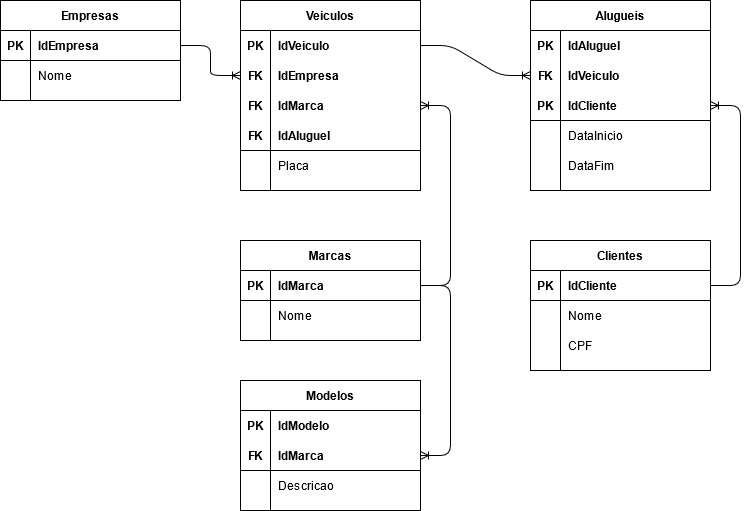
The draw.io diagram sprint-1-bd/exercicios/1.2-exercicio-locadora/01_modelagem_conceitual-logico-logico.png in RegisMagalhaes/LovePets, before a commit. Source tidied: cells renumbered, new cells last; positions are measured from the earlier drawing's top-left corner, leaving out a move shared by most shapes.
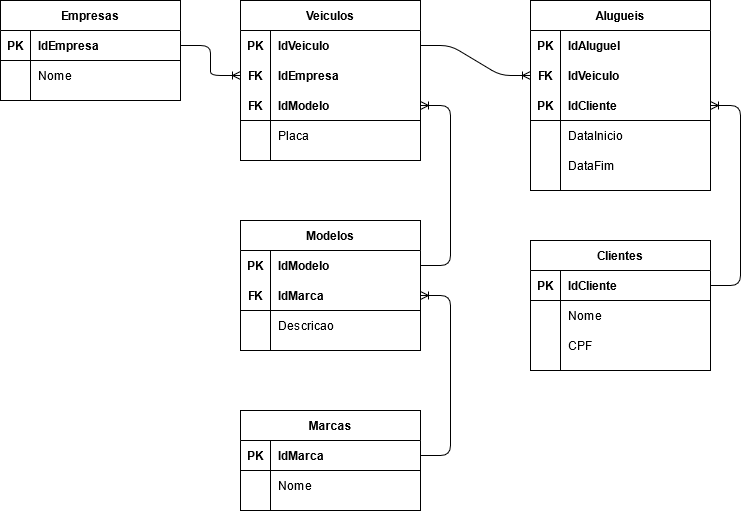
After the commit.

Diff of the diagram source:
```diff
@@ -24,7 +24,7 @@
       <mxGeometry x="30" width="150" height="30" as="geometry" />
     </mxCell>
     <mxCell id="9" value="Veiculos" style="shape=table;startSize=30;rowLines=0;fontStyle=1;align=center;" parent="1" vertex="1">
-      <mxGeometry x="240" width="180" height="190" as="geometry" />
+      <mxGeometry x="240" width="180" height="160" as="geometry" />
     </mxCell>
     <mxCell id="10" style="shape=partialRectangle;fillColor=none;top=0;left=0;bottom=1;right=0;points=[[0,0.5],[1,0.5]];portConstraint=eastwest;strokeColor=none;" parent="9" vertex="1">
       <mxGeometry y="30" width="180" height="30" as="geometry" />
@@ -44,26 +44,17 @@
     <mxCell id="15" value="IdEmpresa" style="shape=partialRectangle;fillColor=none;top=0;left=0;bottom=0;right=0;align=left;spacingLeft=6;fontStyle=1;overflow=hidden;" parent="13" vertex="1">
       <mxGeometry x="30" width="150" height="30" as="geometry" />
     </mxCell>
-    <mxCell id="16" style="shape=partialRectangle;fillColor=none;top=0;left=0;bottom=1;right=0;points=[[0,0.5],[1,0.5]];portConstraint=eastwest;strokeColor=none;" parent="9" vertex="1">
-      <mxGeometry y="90" width="180" height="30" as="geometry" />
-    </mxCell>
-    <mxCell id="17" value="FK" style="shape=partialRectangle;fillColor=none;top=0;left=0;bottom=0;right=0;fontStyle=1;overflow=hidden;" parent="16" vertex="1">
-      <mxGeometry width="30" height="30" as="geometry" />
-    </mxCell>
-    <mxCell id="18" value="IdMarca" style="shape=partialRectangle;fillColor=none;top=0;left=0;bottom=0;right=0;align=left;spacingLeft=6;fontStyle=1;overflow=hidden;" parent="16" vertex="1">
-      <mxGeometry x="30" width="150" height="30" as="geometry" />
-    </mxCell>
     <mxCell id="19" style="shape=partialRectangle;fillColor=none;top=0;left=0;bottom=1;right=0;points=[[0,0.5],[1,0.5]];portConstraint=eastwest;" parent="9" vertex="1">
-      <mxGeometry y="120" width="180" height="30" as="geometry" />
+      <mxGeometry y="90" width="180" height="30" as="geometry" />
     </mxCell>
     <mxCell id="20" value="FK" style="shape=partialRectangle;fillColor=none;top=0;left=0;bottom=0;right=0;fontStyle=1;overflow=hidden;" parent="19" vertex="1">
       <mxGeometry width="30" height="30" as="geometry" />
     </mxCell>
-    <mxCell id="21" value="IdAluguel" style="shape=partialRectangle;fillColor=none;top=0;left=0;bottom=0;right=0;align=left;spacingLeft=6;fontStyle=1;overflow=hidden;" parent="19" vertex="1">
+    <mxCell id="21" value="IdModelo" style="shape=partialRectangle;fillColor=none;top=0;left=0;bottom=0;right=0;align=left;spacingLeft=6;fontStyle=1;overflow=hidden;" parent="19" vertex="1">
       <mxGeometry x="30" width="150" height="30" as="geometry" />
     </mxCell>
     <mxCell id="22" style="shape=partialRectangle;fillColor=none;top=0;left=0;bottom=0;right=0;" parent="9" vertex="1">
-      <mxGeometry y="150" width="180" height="30" as="geometry" />
+      <mxGeometry y="120" width="180" height="30" as="geometry" />
     </mxCell>
     <mxCell id="23" style="shape=partialRectangle;fillColor=none;top=0;left=0;bottom=0;right=0;overflow=hidden;" parent="22" vertex="1">
       <mxGeometry width="30" height="30" as="geometry" />
@@ -75,7 +66,7 @@
       <mxGeometry relative="1" as="geometry" />
     </mxCell>
     <mxCell id="26" value="Marcas" style="shape=table;startSize=30;rowLines=0;fontStyle=1;align=center;" parent="1" vertex="1">
-      <mxGeometry x="240" y="240" width="180" height="100" as="geometry" />
+      <mxGeometry x="240" y="410" width="180" height="100" as="geometry" />
     </mxCell>
     <mxCell id="27" style="shape=partialRectangle;fillColor=none;top=0;left=0;bottom=1;right=0;points=[[0,0.5],[1,0.5]];portConstraint=eastwest;" parent="26" vertex="1">
       <mxGeometry y="30" width="180" height="30" as="geometry" />
@@ -95,11 +86,8 @@
     <mxCell id="32" value="Nome" style="shape=partialRectangle;fillColor=none;top=0;left=0;bottom=0;right=0;align=left;spacingLeft=6;overflow=hidden;" parent="30" vertex="1">
       <mxGeometry x="30" width="150" height="30" as="geometry" />
     </mxCell>
-    <mxCell id="33" style="edgeStyle=entityRelationEdgeStyle;fontSize=12;html=1;endArrow=ERoneToMany;" parent="1" edge="1" source="27" target="16">
-      <mxGeometry relative="1" as="geometry" />
-    </mxCell>
     <mxCell id="34" value="Modelos" style="shape=table;startSize=30;rowLines=0;fontStyle=1;align=center;" parent="1" vertex="1">
-      <mxGeometry x="240" y="380" width="180" height="130" as="geometry" />
+      <mxGeometry x="240" y="220" width="180" height="130" as="geometry" />
     </mxCell>
     <mxCell id="35" style="shape=partialRectangle;fillColor=none;top=0;left=0;bottom=1;right=0;points=[[0,0.5],[1,0.5]];portConstraint=eastwest;strokeColor=none;" parent="34" vertex="1">
       <mxGeometry y="30" width="180" height="30" as="geometry" />
@@ -128,9 +116,6 @@
     <mxCell id="43" value="Descricao" style="shape=partialRectangle;fillColor=none;top=0;left=0;bottom=0;right=0;align=left;spacingLeft=6;overflow=hidden;" parent="41" vertex="1">
       <mxGeometry x="30" width="150" height="30" as="geometry" />
     </mxCell>
-    <mxCell id="44" style="edgeStyle=entityRelationEdgeStyle;fontSize=12;html=1;endArrow=ERoneToMany;" parent="1" edge="1" source="27" target="38">
-      <mxGeometry relative="1" as="geometry" />
-    </mxCell>
     <mxCell id="45" value="Alugueis" style="shape=table;startSize=30;rowLines=0;fontStyle=1;align=center;" parent="1" vertex="1">
       <mxGeometry x="530" width="180" height="190" as="geometry" />
     </mxCell>
@@ -215,5 +200,11 @@
     <mxCell id="72" style="edgeStyle=entityRelationEdgeStyle;fontSize=12;html=1;endArrow=ERoneToMany;" parent="1" edge="1" source="63" target="52">
       <mxGeometry relative="1" as="geometry" />
     </mxCell>
+    <mxCell id="44" style="edgeStyle=entityRelationEdgeStyle;fontSize=12;html=1;endArrow=ERoneToMany;" parent="1" edge="1" source="27" target="38">
+      <mxGeometry relative="1" as="geometry" />
+    </mxCell>
+    <mxCell id="73" style="edgeStyle=entityRelationEdgeStyle;fontSize=12;html=1;endArrow=ERoneToMany;" parent="1" edge="1" source="35" target="19">
+      <mxGeometry relative="1" as="geometry" />
+    </mxCell>
   </root>
 </mxGraphModel>
```
